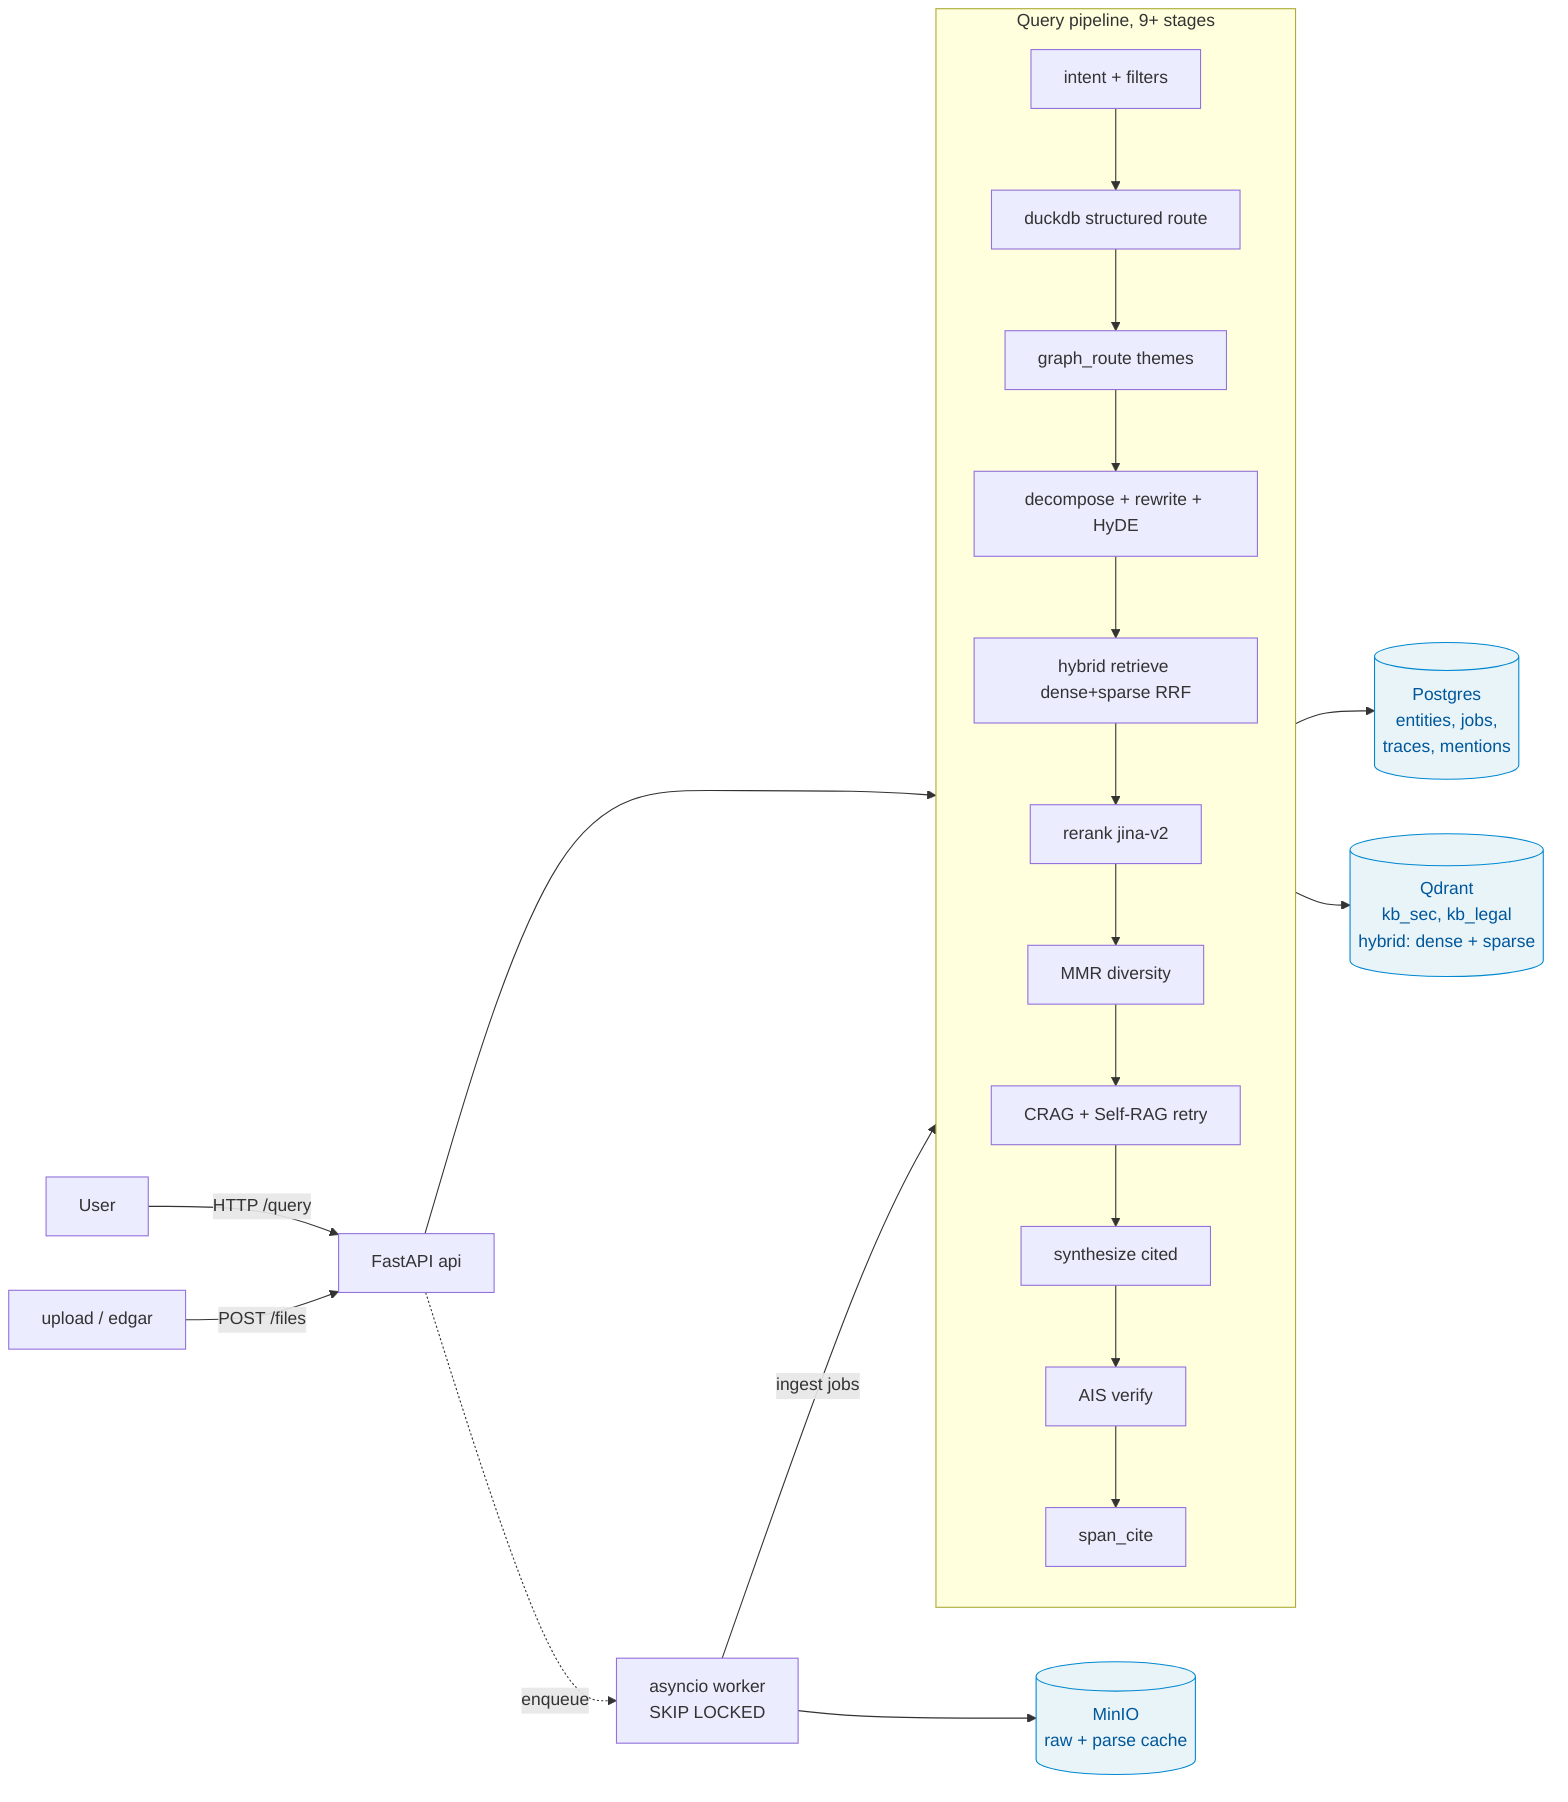
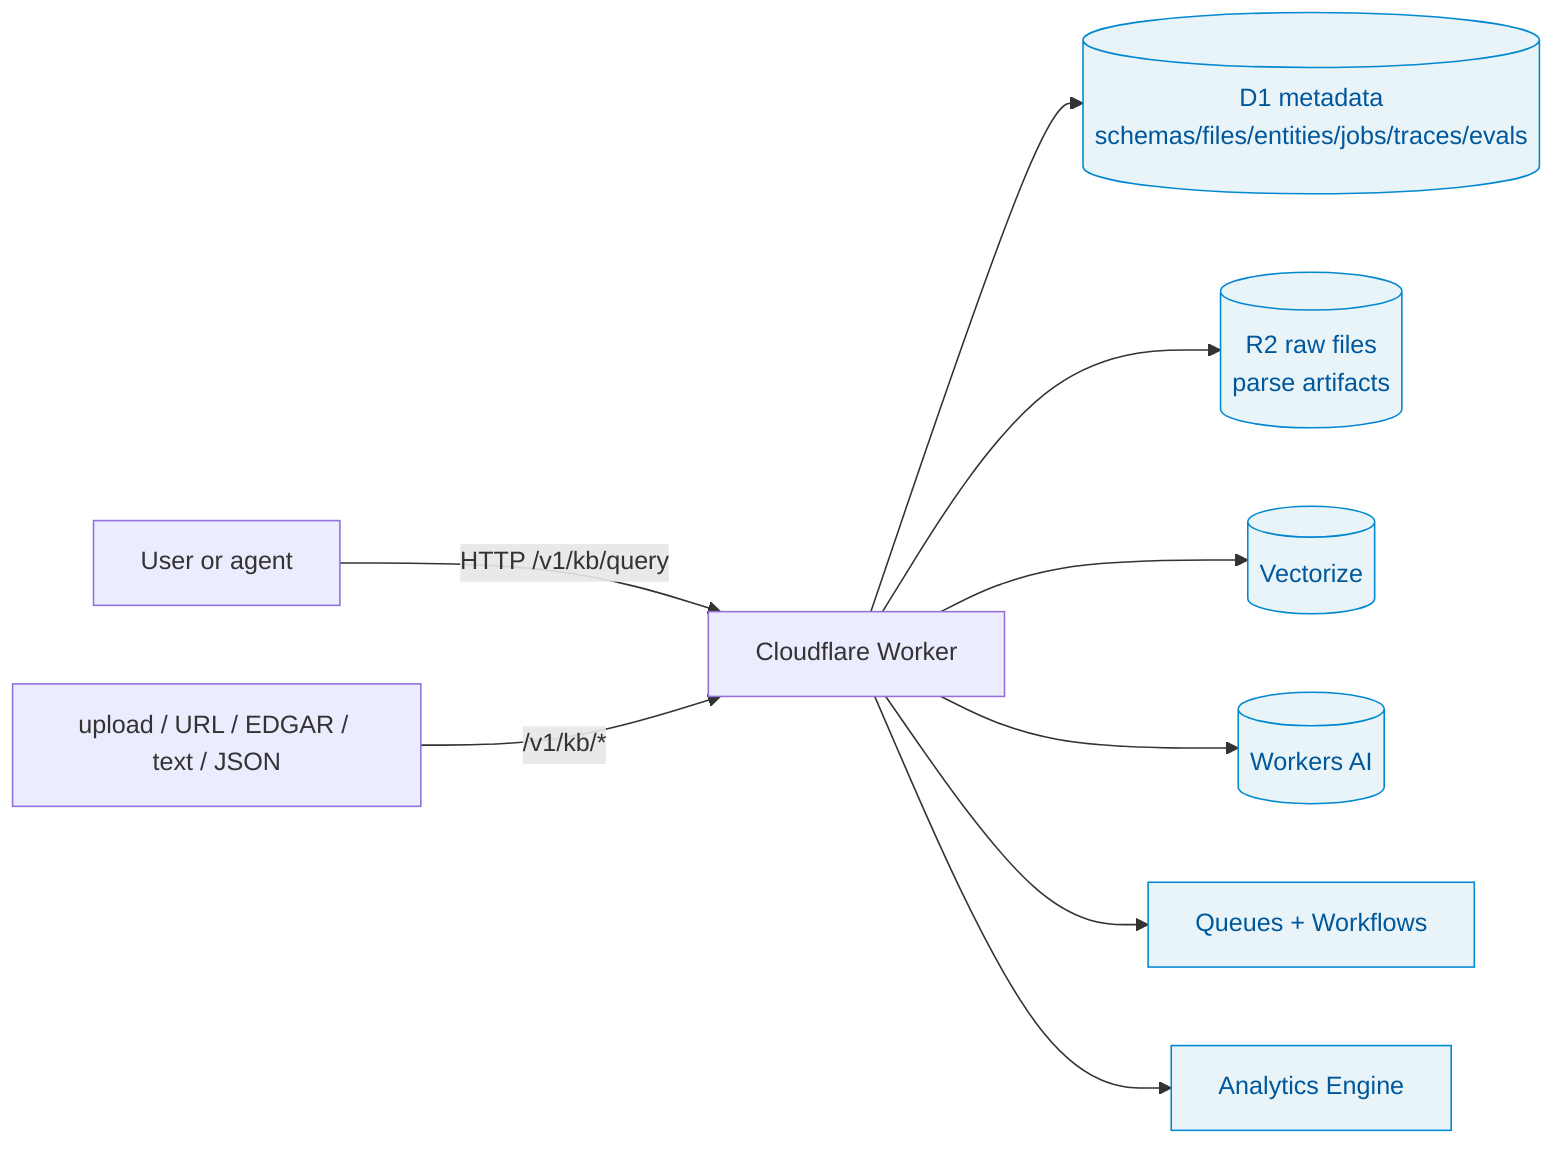
flowchart LR
-     User[User] -->|HTTP /query| API[FastAPI api]
-     API --> Pipeline
+     User[User or agent] -->|HTTP /v1/kb/query| Worker[Cloudflare Worker]
+     Files[upload / URL / EDGAR / text / JSON] -->|/v1/kb/*| Worker

-     subgraph Pipeline[Query pipeline, 9+ stages]
-         direction TB
-         S1[intent + filters] --> S2[duckdb structured route]
-         S2 --> S3[graph_route themes]
-         S3 --> S4[decompose + rewrite + HyDE]
-         S4 --> S5[hybrid retrieve dense+sparse RRF]
-         S5 --> S6[rerank jina-v2]
-         S6 --> S7[MMR diversity]
-         S7 --> S8[CRAG + Self-RAG retry]
-         S8 --> S9[synthesize cited]
-         S9 --> S10[AIS verify]
-         S10 --> S11[span_cite]
-     end
- 
-     Worker[asyncio worker<br/>SKIP LOCKED] -->|ingest jobs| Pipeline
-     Files[upload / edgar] -->|POST /files| API
-     API -.->|enqueue| Worker
- 
-     Pipeline --> PG[(Postgres<br/>entities, jobs,<br/>traces, mentions)]
-     Pipeline --> Qdrant[(Qdrant<br/>kb_sec, kb_legal<br/>hybrid: dense + sparse)]
-     Worker --> MinIO[(MinIO<br/>raw + parse cache)]
+     Worker --> D1[(D1 metadata<br/>schemas/files/entities/jobs/traces/evals)]
+     Worker --> R2[(R2 raw files<br/>parse artifacts)]
+     Worker --> Vectorize[(Vectorize)]
+     Worker --> AI[(Workers AI)]
+     Worker --> Queue[Queues + Workflows]
+     Worker --> Analytics[Analytics Engine]

    classDef store fill:#e8f4f8,stroke:#0288d1,color:#01579b
-     class PG,Qdrant,MinIO store
+     class D1,R2,Vectorize,AI,Queue,Analytics store
